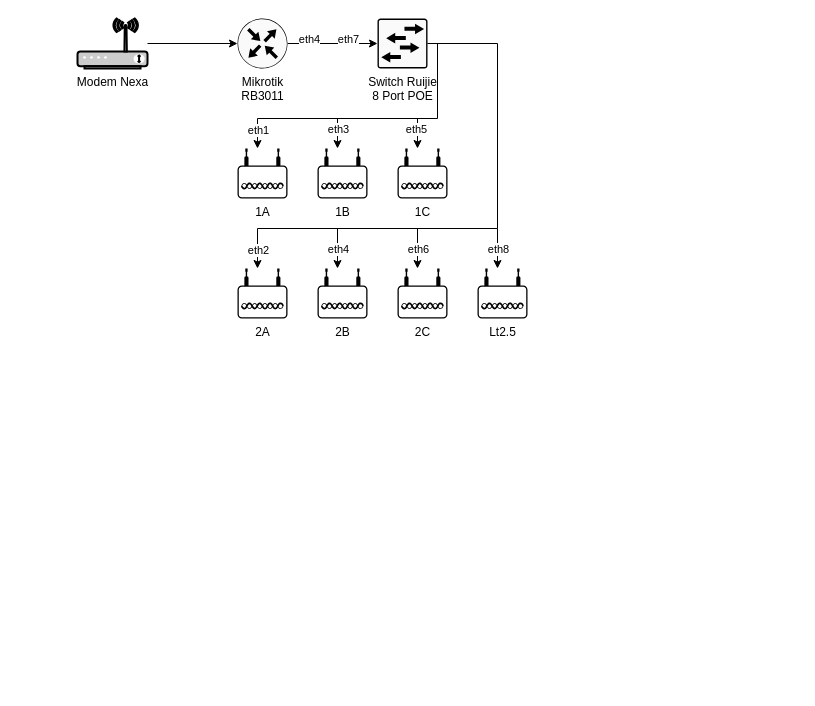
hnkzf/topologi-site keeps this draw.io diagram as SMK MOENADI.drawio. Above is the earlier version. Source tidied: cells renumbered, new cells numbered last; positions are measured from the earlier drawing's top-left corner, leaving out a move shared by most shapes. Both pictures are drawn from the tidied source at 100%, with x=0, y=0 at pixel (77, 18).
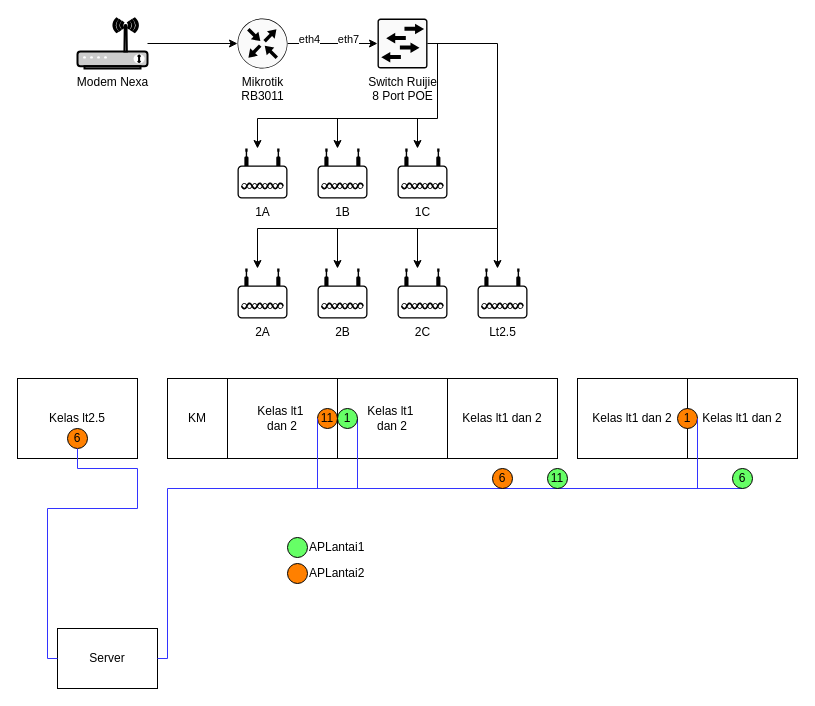
The same page after the edit.

Unchanged cells that the change refers to:
```xml
<mxCell id="8" style="edgeStyle=orthogonalEdgeStyle;rounded=0;jettySize=auto;html=1;entryX=0.4;entryY=0;entryDx=0;entryDy=0;entryPerimeter=0;" parent="1" edge="1" source="10" target="11">
  <mxGeometry relative="1" as="geometry">
    <Array as="points">
      <mxPoint x="360" y="25" />
      <mxPoint x="360" y="100" />
      <mxPoint x="180" y="100" />
    </Array>
  </mxGeometry>
</mxCell>
<mxCell id="18" style="endArrow=classic;html=1;rounded=0;entryX=0.4;entryY=0;entryDx=0;entryDy=0;entryPerimeter=0;" parent="1" edge="1" target="12">
  <mxGeometry relative="1" as="geometry">
    <mxPoint x="260" y="100" as="sourcePoint" />
  </mxGeometry>
</mxCell>
<mxCell id="20" style="endArrow=classic;html=1;rounded=0;entryX=0.4;entryY=0;entryDx=0;entryDy=0;entryPerimeter=0;" parent="1" edge="1" target="13">
  <mxGeometry relative="1" as="geometry">
    <mxPoint x="340" y="100" as="sourcePoint" />
  </mxGeometry>
</mxCell>
<mxCell id="22" style="edgeStyle=orthogonalEdgeStyle;rounded=0;jettySize=auto;html=1;entryX=0.4;entryY=0;entryDx=0;entryDy=0;entryPerimeter=0;" parent="1" edge="1" source="10" target="14">
  <mxGeometry relative="1" as="geometry">
    <Array as="points">
      <mxPoint x="420" y="25" />
      <mxPoint x="420" y="210" />
      <mxPoint x="180" y="210" />
    </Array>
  </mxGeometry>
</mxCell>
<mxCell id="24" style="endArrow=classic;html=1;rounded=0;entryX=0.4;entryY=0;entryDx=0;entryDy=0;entryPerimeter=0;" parent="1" edge="1" target="15">
  <mxGeometry relative="1" as="geometry">
    <mxPoint x="260" y="210" as="sourcePoint" />
  </mxGeometry>
</mxCell>
<mxCell id="26" style="endArrow=classic;html=1;rounded=0;entryX=0.4;entryY=0;entryDx=0;entryDy=0;entryPerimeter=0;" parent="1" edge="1" target="16">
  <mxGeometry relative="1" as="geometry">
    <mxPoint x="340" y="210" as="sourcePoint" />
  </mxGeometry>
</mxCell>
<mxCell id="28" style="endArrow=classic;html=1;rounded=0;entryX=0.4;entryY=0;entryDx=0;entryDy=0;entryPerimeter=0;" parent="1" edge="1" target="17">
  <mxGeometry relative="1" as="geometry">
    <mxPoint x="420" y="210" as="sourcePoint" />
  </mxGeometry>
</mxCell>
```

Change to the diagram source:
```diff
@@
-    <mxCell id="9" value="eth1" style="edgeLabel;html=1;align=center;verticalAlign=middle;" parent="8" vertex="1">
-      <mxGeometry x="0.89" y="-1" relative="1" as="geometry">
-        <mxPoint x="1" y="-3" as="offset" />
-      </mxGeometry>
-    </mxCell>
@@
-    <mxCell id="19" value="eth3" style="edgeLabel;html=1;align=center;verticalAlign=middle;" parent="18" vertex="1">
-      <mxGeometry x="-0.26" y="1" relative="1" as="geometry">
-        <mxPoint x="-1" y="-1" as="offset" />
-      </mxGeometry>
-    </mxCell>
@@
-    <mxCell id="21" value="eth5" style="edgeLabel;html=1;align=center;verticalAlign=middle;" parent="20" vertex="1">
-      <mxGeometry x="-0.16" y="-2" relative="1" as="geometry">
-        <mxPoint y="-3" as="offset" />
-      </mxGeometry>
-    </mxCell>
@@
-    <mxCell id="23" value="eth2" style="edgeLabel;html=1;align=center;verticalAlign=middle;" parent="22" vertex="1">
-      <mxGeometry x="0.93" relative="1" as="geometry" />
-    </mxCell>
@@
-    <mxCell id="25" value="eth4" style="edgeLabel;html=1;align=center;verticalAlign=middle;" parent="24" vertex="1">
-      <mxGeometry x="-0.12" relative="1" as="geometry">
-        <mxPoint y="2" as="offset" />
-      </mxGeometry>
-    </mxCell>
@@
-    <mxCell id="27" value="eth6" style="edgeLabel;html=1;align=center;verticalAlign=middle;" parent="26" vertex="1">
-      <mxGeometry x="0.01" relative="1" as="geometry" />
-    </mxCell>
@@
-    <mxCell id="29" value="eth8" style="edgeLabel;html=1;align=center;verticalAlign=middle;" parent="28" vertex="1">
-      <mxGeometry x="0.05" y="-2" relative="1" as="geometry">
-        <mxPoint x="2" y="-1" as="offset" />
-      </mxGeometry>
-    </mxCell>
+    <mxCell id="30" value="Kelas lt1&amp;nbsp;&lt;div&gt;dan 2&lt;/div&gt;" style="rounded=0;whiteSpace=wrap;html=1;" parent="1" vertex="1">
+      <mxGeometry x="150" y="360" width="110" height="80" as="geometry" />
+    </mxCell>
+    <mxCell id="31" value="Kelas lt1&amp;nbsp;&lt;div&gt;dan 2&lt;/div&gt;" style="rounded=0;whiteSpace=wrap;html=1;" parent="1" vertex="1">
+      <mxGeometry x="260" y="360" width="110" height="80" as="geometry" />
+    </mxCell>
+    <mxCell id="32" value="Kelas lt1 dan 2" style="rounded=0;whiteSpace=wrap;html=1;" parent="1" vertex="1">
+      <mxGeometry x="500" y="360" width="110" height="80" as="geometry" />
+    </mxCell>
+    <mxCell id="33" value="KM" style="rounded=0;whiteSpace=wrap;html=1;" parent="1" vertex="1">
+      <mxGeometry x="90" y="360" width="60" height="80" as="geometry" />
+    </mxCell>
+    <mxCell id="34" value="Kelas lt2.5" style="rounded=0;whiteSpace=wrap;html=1;" parent="1" vertex="1">
+      <mxGeometry x="-60" y="360" width="120" height="80" as="geometry" />
+    </mxCell>
+    <mxCell id="35" value="Server" style="rounded=0;whiteSpace=wrap;html=1;" parent="1" vertex="1">
+      <mxGeometry x="-20" y="610" width="100" height="60" as="geometry" />
+    </mxCell>
+    <mxCell id="36" style="endArrow=none;html=1;rounded=0;exitX=1;exitY=0.5;exitDx=0;exitDy=0;strokeColor=#3333FF;entryX=0.5;entryY=1;entryDx=0;entryDy=0;" parent="1" edge="1" source="35" target="38">
+      <mxGeometry relative="1" as="geometry">
+        <Array as="points">
+          <mxPoint x="90" y="640" />
+          <mxPoint x="90" y="470" />
+        </Array>
+      </mxGeometry>
+    </mxCell>
+    <mxCell id="37" style="endArrow=none;html=1;rounded=0;strokeColor=#3333FF;" parent="1" edge="1">
+      <mxGeometry relative="1" as="geometry">
+        <mxPoint x="280" y="470" as="sourcePoint" />
+        <mxPoint x="280" y="400" as="targetPoint" />
+      </mxGeometry>
+    </mxCell>
+    <mxCell id="38" value="6" style="ellipse;whiteSpace=wrap;html=1;fillColor=#66FF66;" parent="1" vertex="1">
+      <mxGeometry x="655" y="450" width="20" height="20" as="geometry" />
+    </mxCell>
+    <mxCell id="39" value="11" style="ellipse;whiteSpace=wrap;html=1;fillColor=#66FF66;" parent="1" vertex="1">
+      <mxGeometry x="470" y="450" width="20" height="20" as="geometry" />
+    </mxCell>
+    <mxCell id="40" value="Kelas lt1 dan 2" style="rounded=0;whiteSpace=wrap;html=1;" parent="1" vertex="1">
+      <mxGeometry x="370" y="360" width="110" height="80" as="geometry" />
+    </mxCell>
+    <mxCell id="41" value="1" style="ellipse;whiteSpace=wrap;html=1;fillColor=#66FF66;" parent="1" vertex="1">
+      <mxGeometry x="260" y="390" width="20" height="20" as="geometry" />
+    </mxCell>
+    <mxCell id="42" value="Kelas lt1 dan 2" style="rounded=0;whiteSpace=wrap;html=1;" parent="1" vertex="1">
+      <mxGeometry x="610" y="360" width="110" height="80" as="geometry" />
+    </mxCell>
+    <mxCell id="43" value="1" style="ellipse;whiteSpace=wrap;html=1;fillColor=#FF8000;" parent="1" vertex="1">
+      <mxGeometry x="600" y="390" width="20" height="20" as="geometry" />
+    </mxCell>
+    <mxCell id="44" style="endArrow=none;html=1;rounded=0;strokeColor=#3333FF;" parent="1" edge="1">
+      <mxGeometry relative="1" as="geometry">
+        <mxPoint x="620" y="470" as="sourcePoint" />
+        <mxPoint x="620" y="400" as="targetPoint" />
+      </mxGeometry>
+    </mxCell>
+    <mxCell id="45" value="11" style="ellipse;whiteSpace=wrap;html=1;fillColor=#FF8000;" parent="1" vertex="1">
+      <mxGeometry x="240" y="390" width="20" height="20" as="geometry" />
+    </mxCell>
+    <mxCell id="46" style="endArrow=none;html=1;rounded=0;strokeColor=#3333FF;" parent="1" edge="1">
+      <mxGeometry relative="1" as="geometry">
+        <mxPoint x="240" y="470" as="sourcePoint" />
+        <mxPoint x="240" y="400" as="targetPoint" />
+      </mxGeometry>
+    </mxCell>
+    <mxCell id="47" value="6" style="ellipse;whiteSpace=wrap;html=1;fillColor=#FF8000;" parent="1" vertex="1">
+      <mxGeometry x="415" y="450" width="20" height="20" as="geometry" />
+    </mxCell>
+    <mxCell id="48" value="6" style="ellipse;whiteSpace=wrap;html=1;fillColor=#FF8000;" parent="1" vertex="1">
+      <mxGeometry x="-10" y="410" width="20" height="20" as="geometry" />
+    </mxCell>
+    <mxCell id="49" style="endArrow=none;html=1;rounded=0;exitX=0;exitY=0.5;exitDx=0;exitDy=0;strokeColor=#3333FF;" parent="1" edge="1" source="35">
+      <mxGeometry relative="1" as="geometry">
+        <mxPoint y="430" as="targetPoint" />
+        <Array as="points">
+          <mxPoint x="-30" y="640" />
+          <mxPoint x="-30" y="490" />
+          <mxPoint x="60" y="490" />
+          <mxPoint x="60" y="450" />
+          <mxPoint y="450" />
+        </Array>
+      </mxGeometry>
+    </mxCell>
+    <mxCell id="50" value="APLantai1" style="ellipse;whiteSpace=wrap;html=1;fillColor=#66FF66;align=left;labelPosition=right;verticalLabelPosition=middle;verticalAlign=middle;" parent="1" vertex="1">
+      <mxGeometry x="210" y="519" width="20" height="20" as="geometry" />
+    </mxCell>
+    <mxCell id="51" value="APLantai2" style="ellipse;whiteSpace=wrap;html=1;fillColor=#FF8000;align=left;labelPosition=right;verticalLabelPosition=middle;verticalAlign=middle;" parent="1" vertex="1">
+      <mxGeometry x="210" y="545" width="20" height="20" as="geometry" />
+    </mxCell>
```
